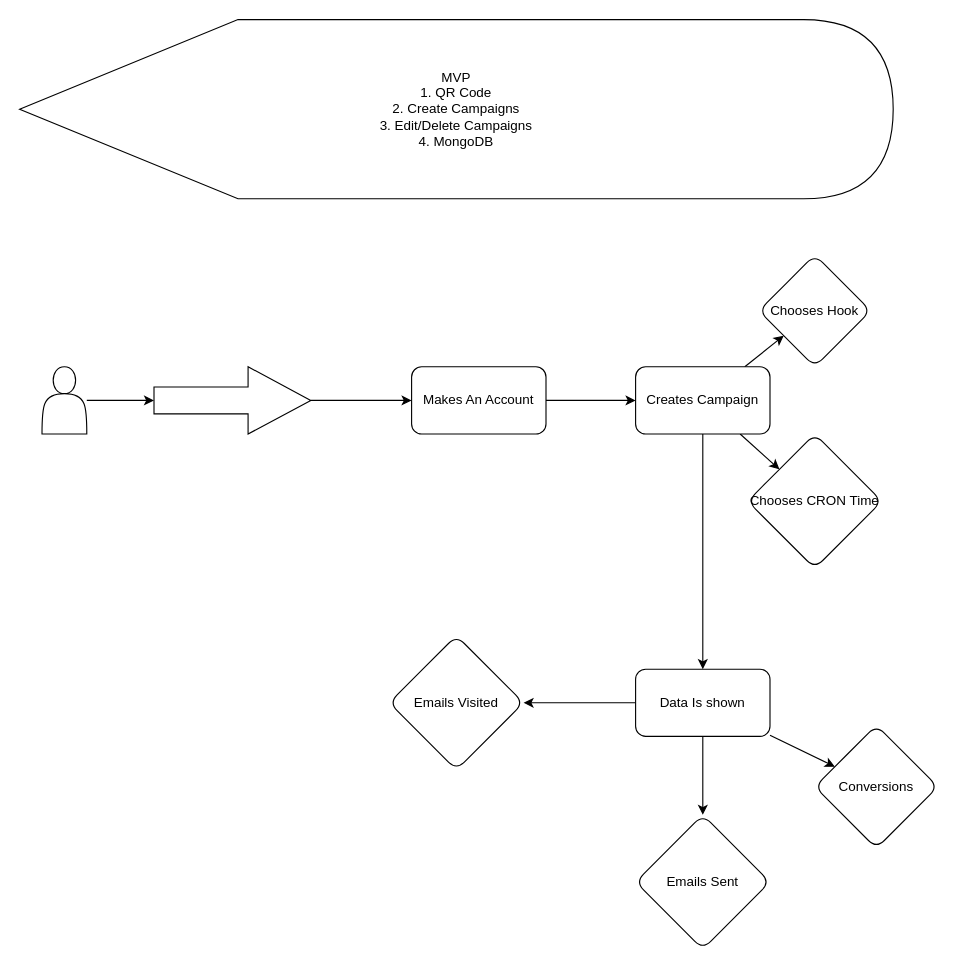
Danfraga33/Auto_QR_Scanner keeps this draw.io diagram as workflow/flow copy.drawio. Above is the earlier version. Source tidied: cells renumbered, new cells numbered last; positions are measured from the earlier drawing's top-left corner, leaving out a move shared by most shapes. Both pictures are drawn from the tidied source at 112%, with x=0, y=0 at pixel (19, 19).
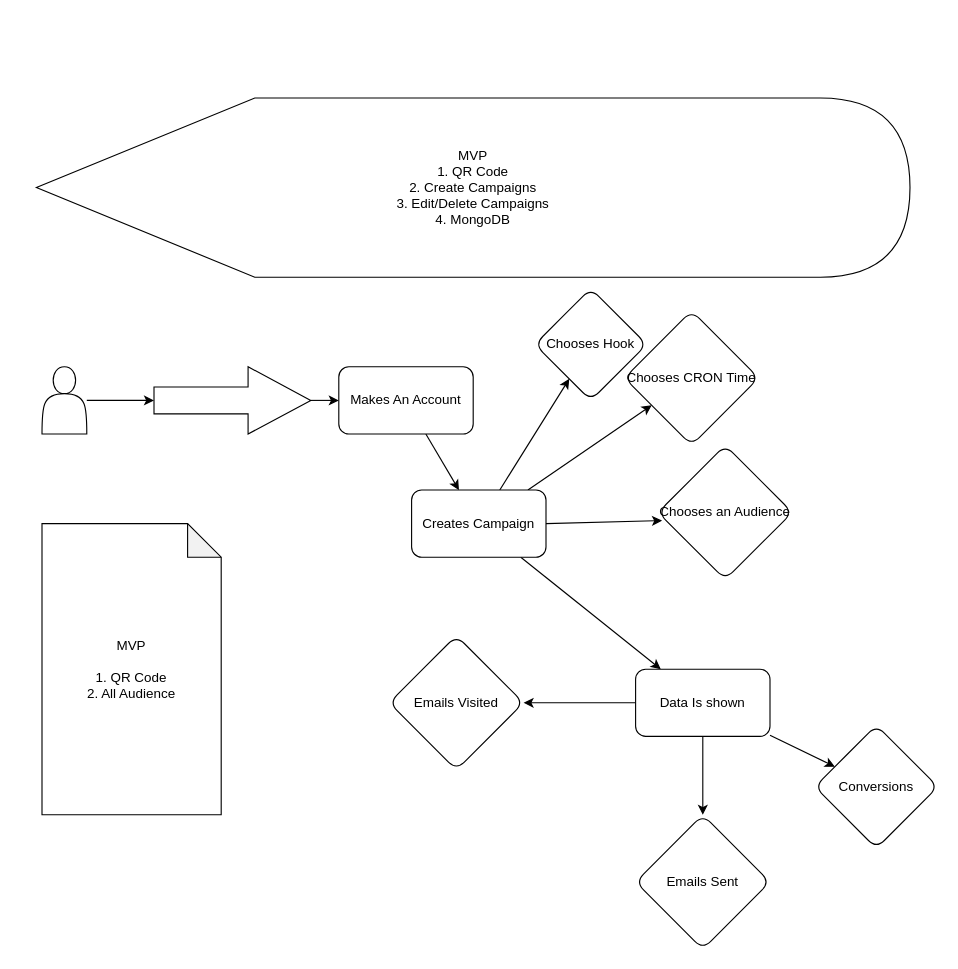
The same diagram, later.

Commit message (it also covers changes not shown here):
chore: adjust flow chart to new flow

What changed in the source:
```diff
@@
-    <mxCell id="6" style="edgeStyle=none;html=1;" parent="1" edge="1" source="7" target="11">
+    <mxCell id="6" style="edgeStyle=none;html=1;startArrow=none;" parent="1" edge="1" source="7" target="11">
       <mxGeometry relative="1" as="geometry" />
     </mxCell>
     <mxCell id="7" value="Makes An Account" style="rounded=1;whiteSpace=wrap;html=1;" parent="1" vertex="1">
-      <mxGeometry x="350" y="310" width="120" height="60" as="geometry" />
+      <mxGeometry x="285" y="310" width="120" height="60" as="geometry" />
     </mxCell>
@@
+    <mxCell id="22" style="edgeStyle=none;html=1;exitX=1;exitY=0.5;exitDx=0;exitDy=0;entryX=0.03;entryY=0.561;entryDx=0;entryDy=0;entryPerimeter=0;" parent="1" edge="1" source="11" target="23">
+      <mxGeometry relative="1" as="geometry" />
+    </mxCell>
     <mxCell id="11" value="Creates Campaign" style="rounded=1;whiteSpace=wrap;html=1;" parent="1" vertex="1">
-      <mxGeometry x="550" y="310" width="120" height="60" as="geometry" />
+      <mxGeometry x="350" y="420" width="120" height="60" as="geometry" />
     </mxCell>
     <mxCell id="12" value="Chooses Hook" style="rhombus;whiteSpace=wrap;html=1;rounded=1;" parent="1" vertex="1">
-      <mxGeometry x="660" y="210" width="100" height="100" as="geometry" />
+      <mxGeometry x="460" y="240" width="100" height="100" as="geometry" />
     </mxCell>
     <mxCell id="13" value="Chooses CRON Time" style="rhombus;whiteSpace=wrap;html=1;rounded=1;" parent="1" vertex="1">
-      <mxGeometry x="650" y="370" width="120" height="120" as="geometry" />
+      <mxGeometry x="540" y="260" width="120" height="120" as="geometry" />
     </mxCell>
@@
     <mxCell id="21" value="MVP&lt;br&gt;1. QR Code&lt;br&gt;2. Create Campaigns&lt;br&gt;3. Edit/Delete Campaigns&lt;br&gt;4. MongoDB" style="shape=display;whiteSpace=wrap;html=1;" parent="1" vertex="1">
-      <mxGeometry width="780" height="160" as="geometry" />
+      <mxGeometry x="15" y="70" width="780" height="160" as="geometry" />
     </mxCell>
+    <mxCell id="23" value="Chooses an Audience" style="rhombus;whiteSpace=wrap;html=1;rounded=1;" parent="1" vertex="1">
+      <mxGeometry x="570" y="380" width="120" height="120" as="geometry" />
+    </mxCell>
+    <mxCell id="24" value="MVP&lt;br&gt;&lt;br&gt;1. QR Code&lt;br&gt;2. All Audience" style="shape=note;whiteSpace=wrap;html=1;backgroundOutline=1;darkOpacity=0.05;align=center;" parent="1" vertex="1">
+      <mxGeometry x="20" y="450" width="160" height="260" as="geometry" />
+    </mxCell>
```
